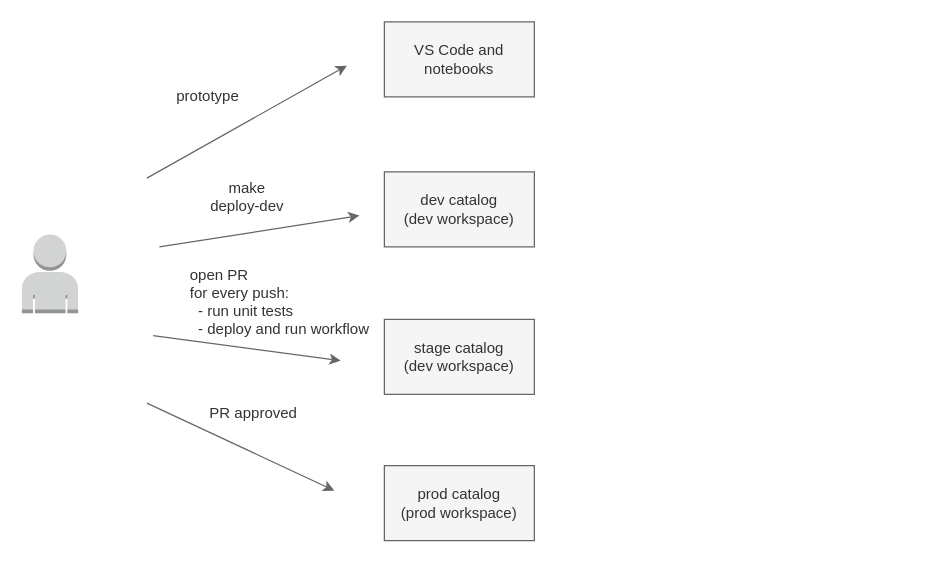
The draw.io diagram docs/ci_cd.drawio in andre-salvati/databricks-template, before the edit. Source tidied: cells renumbered, new cells numbered last; positions are measured from the earlier drawing's top-left corner, leaving out a move shared by most shapes. Both pictures are drawn from the tidied source at 125%, with x=0, y=0 at pixel (21, 21).
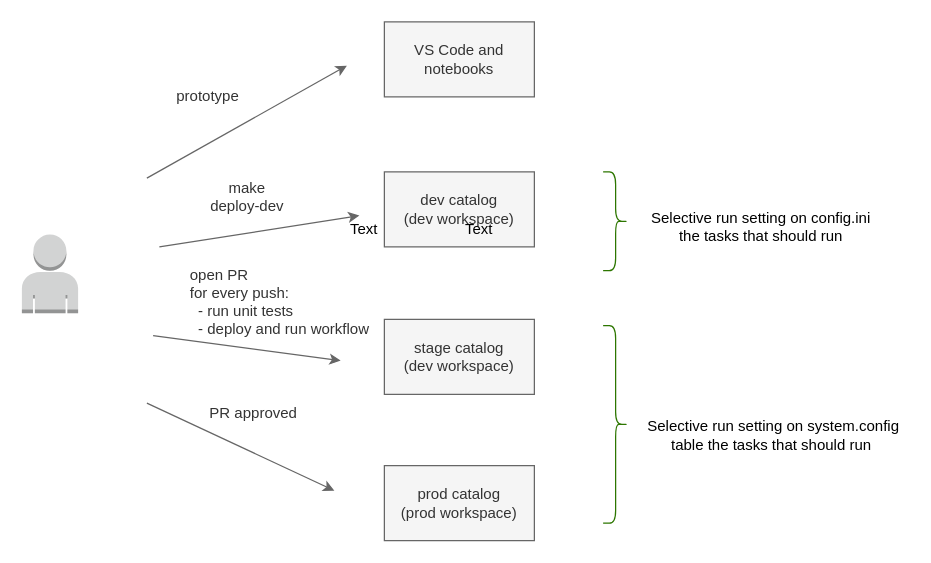
The same diagram, later.

What changed in the source:
```diff
@@
+    <mxCell id="15" style="shape=curlyBracket;whiteSpace=wrap;html=1;rounded=1;flipH=1;labelPosition=right;verticalLabelPosition=middle;align=left;verticalAlign=middle;fillColor=#60a917;fontColor=#ffffff;strokeColor=#2D7600;" parent="1" vertex="1">
+      <mxGeometry x="465" y="120" width="20" height="79" as="geometry" />
+    </mxCell>
+    <mxCell id="16" style="shape=curlyBracket;whiteSpace=wrap;html=1;rounded=1;flipH=1;labelPosition=right;verticalLabelPosition=middle;align=left;verticalAlign=middle;fillColor=#60a917;fontColor=#ffffff;strokeColor=#2D7600;" parent="1" vertex="1">
+      <mxGeometry x="465" y="243" width="20" height="158" as="geometry" />
+    </mxCell>
+    <mxCell id="17" value="Text" style="text;html=1;strokeColor=none;fillColor=none;align=center;verticalAlign=middle;whiteSpace=wrap;rounded=0;" parent="1" vertex="1">
+      <mxGeometry x="244" y="151" width="60" height="30" as="geometry" />
+    </mxCell>
+    <mxCell id="18" value="Text" style="text;html=1;strokeColor=none;fillColor=none;align=center;verticalAlign=middle;whiteSpace=wrap;rounded=0;" parent="1" vertex="1">
+      <mxGeometry x="336" y="151" width="60" height="30" as="geometry" />
+    </mxCell>
+    <mxCell id="19" value="Selective run setting on config.ini&lt;br&gt;&amp;nbsp;the tasks that should run&amp;nbsp;" style="text;html=1;align=center;verticalAlign=middle;fontColor=#000000;" parent="1" vertex="1">
+      <mxGeometry x="494" y="143" width="193" height="41" as="geometry" />
+    </mxCell>
+    <mxCell id="20" value="Selective run setting on system.config &lt;br&gt;table the tasks that should run&amp;nbsp;" style="text;html=1;align=center;verticalAlign=middle;fontColor=#000000;" parent="1" vertex="1">
+      <mxGeometry x="491" y="310" width="219" height="41" as="geometry" />
+    </mxCell>
```
